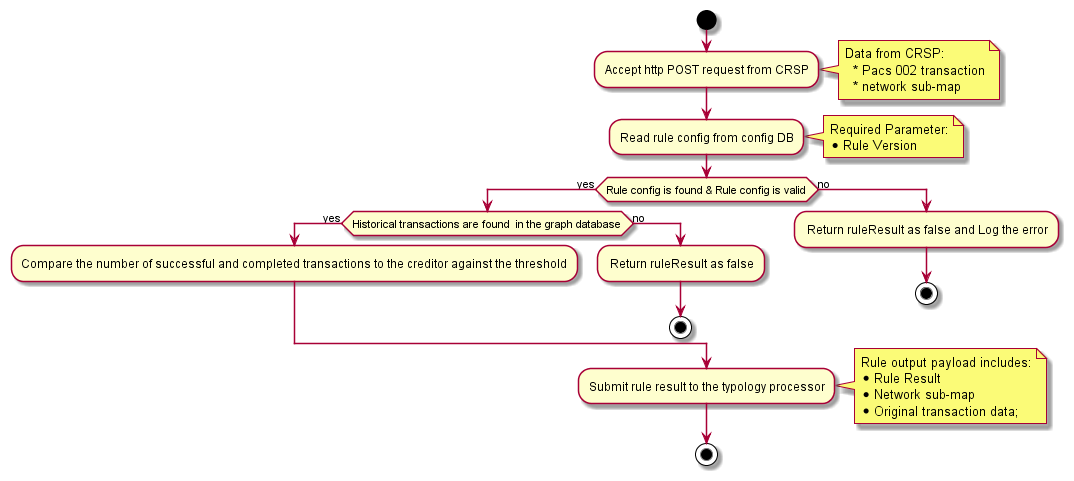
Earlier version of the PlantUML export out/rule-030.png (ActioFRM/uml-diagrams). Source of this version:
```plantuml
@startuml
start
:Accept http POST request from CRSP;
 note right
          Data from CRSP:
            * Pacs 002 transaction
            * network sub-map
        end note
:Read rule config from config DB;
 note right
            Required Parameter:
            * Rule Version
        end note
if (Rule config is found & Rule config is valid) then (yes)
  if (Historical transactions are found  in the graph database) then (yes)
   :Compare the number of successful and completed transactions to the creditor against the threshold;
  else (no)
   : Return ruleResult as false;
   stop
  endif
else (no)
  : Return ruleResult as false and Log the error;
  stop
endif
:Submit rule result to the typology processor;
note right
    Rule output payload includes:
    * Rule Result
    * Network sub-map
    * Original transaction data;
end note
stop
@enduml
```
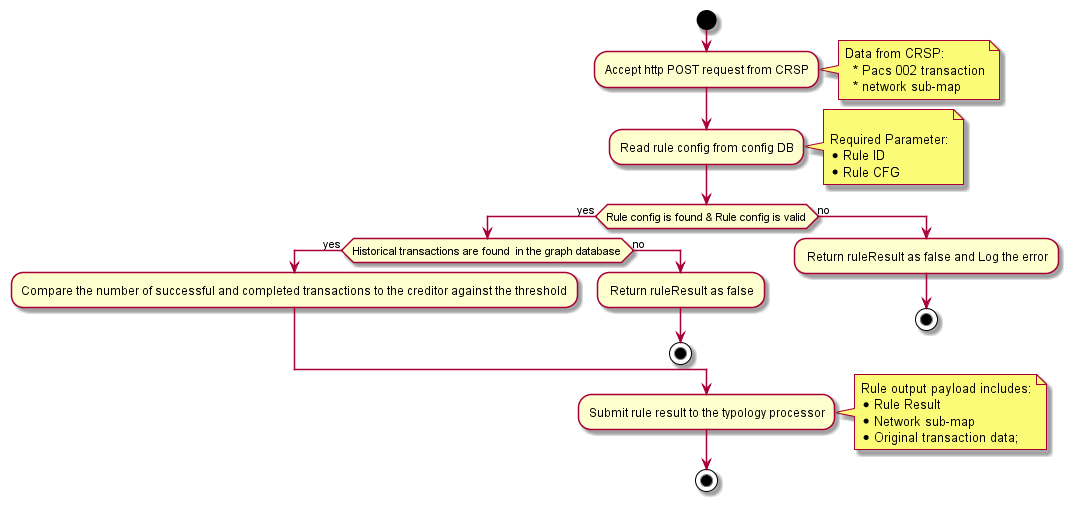
The same diagram one commit later.

Commit message:
change to rule id and rule cfg

The edit, as a diff of the source:
```diff
@@ -8,8 +8,10 @@
         end note
 :Read rule config from config DB;
  note right
+
             Required Parameter:
-            * Rule Version
+            * Rule ID
+            * Rule CFG
         end note
 if (Rule config is found & Rule config is valid) then (yes)
   if (Historical transactions are found  in the graph database) then (yes)
```
